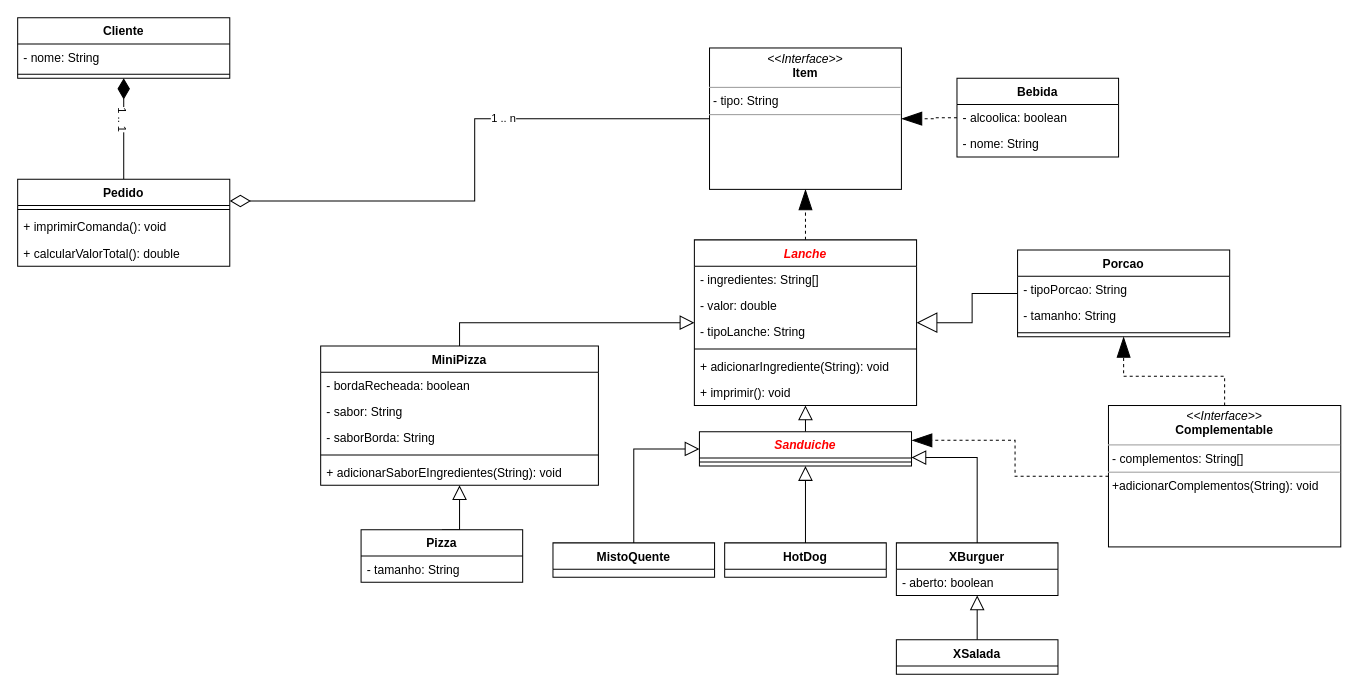
hannaBanannaOF/entra21-git-inicio keeps this draw.io diagram as page "Lanches" (1 of 5) of diagramas.drawio. Above is the earlier version. Source tidied: cells renumbered, new cells numbered last; positions are measured from the earlier drawing's top-left corner, leaving out a move shared by most shapes. Both pictures are drawn from the tidied source at 101%, with x=0, y=0 at pixel (17, 17).
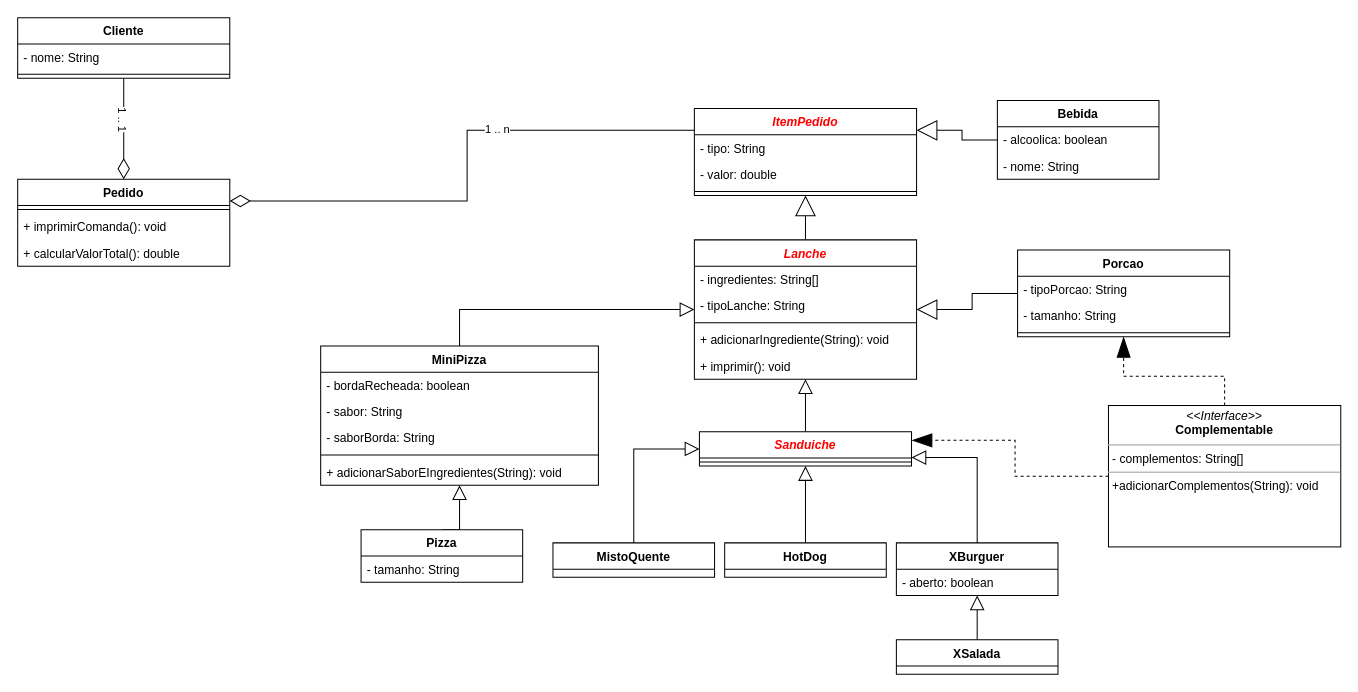
The same page after the edit.

The change refers to these unchanged cells:
```xml
<mxCell id="22" value="Pedido" style="swimlane;fontStyle=1;align=center;verticalAlign=top;horizontal=1;startSize=26;" parent="1" vertex="1">
  <mxGeometry y="160" width="210" height="86" as="geometry" />
</mxCell>
<mxCell id="26" value="Cliente" style="swimlane;fontStyle=1;align=center;verticalAlign=top;horizontal=1;startSize=26;" parent="1" vertex="1">
  <mxGeometry width="210" height="60" as="geometry" />
</mxCell>
```

Change to the diagram source:
```diff
@@
-    <mxCell id="2" style="edgeStyle=orthogonalEdgeStyle;rounded=0;jettySize=auto;html=1;exitX=0.5;exitY=0;exitDx=0;exitDy=0;entryX=0.5;entryY=1;entryDx=0;entryDy=0;endArrow=blockThin;endFill=1;endSize=18;dashed=1;" parent="1" edge="1" source="3" target="47">
+    <mxCell id="2" style="edgeStyle=orthogonalEdgeStyle;rounded=0;jettySize=auto;html=1;exitX=0.5;exitY=0;exitDx=0;exitDy=0;entryX=0.5;entryY=1;entryDx=0;entryDy=0;endArrow=block;endFill=0;endSize=18;" parent="1" edge="1" source="3" target="56">
       <mxGeometry relative="1" as="geometry" />
     </mxCell>
     <mxCell id="3" value="Lanche" style="swimlane;fontStyle=3;align=center;verticalAlign=top;horizontal=1;startSize=26;fontColor=#FF0000;" parent="1" vertex="1">
-      <mxGeometry x="670" y="220" width="220" height="164" as="geometry" />
+      <mxGeometry x="670" y="220" width="220" height="138" as="geometry" />
     </mxCell>
@@
-    <mxCell id="5" value="- valor: double" style="text;strokeColor=none;fillColor=none;align=left;verticalAlign=top;spacingLeft=4;spacingRight=4;overflow=hidden;" parent="3" vertex="1">
-      <mxGeometry y="52" width="220" height="26" as="geometry" />
-    </mxCell>
     <mxCell id="6" value="- tipoLanche: String" style="text;strokeColor=none;fillColor=none;align=left;verticalAlign=top;spacingLeft=4;spacingRight=4;overflow=hidden;" parent="3" vertex="1">
-      <mxGeometry y="78" width="220" height="26" as="geometry" />
+      <mxGeometry y="52" width="220" height="26" as="geometry" />
     </mxCell>
     <mxCell id="7" style="line;strokeWidth=1;fillColor=none;align=left;verticalAlign=middle;spacingTop=-1;spacingLeft=3;spacingRight=3;labelPosition=right;" parent="3" vertex="1">
-      <mxGeometry y="104" width="220" height="8" as="geometry" />
+      <mxGeometry y="78" width="220" height="8" as="geometry" />
     </mxCell>
     <mxCell id="8" value="+ adicionarIngrediente(String): void&#10;" style="text;strokeColor=none;fillColor=none;align=left;verticalAlign=top;spacingLeft=4;spacingRight=4;overflow=hidden;" parent="3" vertex="1">
-      <mxGeometry y="112" width="220" height="26" as="geometry" />
+      <mxGeometry y="86" width="220" height="26" as="geometry" />
     </mxCell>
     <mxCell id="9" value="+ imprimir(): void" style="text;strokeColor=none;fillColor=none;align=left;verticalAlign=top;spacingLeft=4;spacingRight=4;overflow=hidden;" parent="3" vertex="1">
-      <mxGeometry y="138" width="220" height="26" as="geometry" />
+      <mxGeometry y="112" width="220" height="26" as="geometry" />
     </mxCell>
@@
-    <mxCell id="18" style="edgeStyle=orthogonalEdgeStyle;rounded=0;jettySize=auto;html=1;exitX=0.5;exitY=0;exitDx=0;exitDy=0;entryX=0.5;entryY=1;entryDx=0;entryDy=0;endArrow=diamondThin;endFill=1;endSize=18;startArrow=none;startFill=0;startSize=18;" parent="1" edge="1" source="22" target="26">
+    <mxCell id="18" style="edgeStyle=orthogonalEdgeStyle;rounded=0;jettySize=auto;html=1;exitX=0.5;exitY=0;exitDx=0;exitDy=0;entryX=0.5;entryY=1;entryDx=0;entryDy=0;endArrow=none;endFill=0;endSize=18;startArrow=diamondThin;startFill=0;startSize=18;" parent="1" edge="1" source="22" target="26">
       <mxGeometry relative="1" as="geometry" />
     </mxCell>
@@
-    <mxCell id="20" style="edgeStyle=orthogonalEdgeStyle;rounded=0;jettySize=auto;html=1;exitX=1;exitY=0.25;exitDx=0;exitDy=0;entryX=0;entryY=0.5;entryDx=0;entryDy=0;endArrow=none;endFill=0;endSize=18;startArrow=diamondThin;startFill=0;startSize=18;" parent="1" edge="1" source="22" target="47">
+    <mxCell id="20" style="edgeStyle=orthogonalEdgeStyle;rounded=0;jettySize=auto;html=1;exitX=1;exitY=0.25;exitDx=0;exitDy=0;entryX=0;entryY=0.25;entryDx=0;entryDy=0;endArrow=none;endFill=0;endSize=18;startArrow=diamondThin;startFill=0;startSize=18;" parent="1" edge="1" source="22" target="56">
       <mxGeometry relative="1" as="geometry" />
     </mxCell>
@@
-    <mxCell id="43" style="edgeStyle=orthogonalEdgeStyle;rounded=0;jettySize=auto;html=1;exitX=0;exitY=0.5;exitDx=0;exitDy=0;entryX=1;entryY=0.5;entryDx=0;entryDy=0;endArrow=blockThin;endFill=1;endSize=18;dashed=1;" parent="1" edge="1" source="44" target="47">
+    <mxCell id="43" style="edgeStyle=orthogonalEdgeStyle;rounded=0;jettySize=auto;html=1;exitX=0;exitY=0.5;exitDx=0;exitDy=0;entryX=1;entryY=0.25;entryDx=0;entryDy=0;endArrow=block;endFill=0;endSize=18;" parent="1" edge="1" source="44" target="56">
       <mxGeometry relative="1" as="geometry" />
     </mxCell>
     <mxCell id="44" value="Bebida" style="swimlane;fontStyle=1;align=center;verticalAlign=top;horizontal=1;startSize=26;" parent="1" vertex="1">
-      <mxGeometry x="930" y="60" width="160" height="78" as="geometry" />
+      <mxGeometry x="970" y="82" width="160" height="78" as="geometry" />
     </mxCell>
@@
-    <mxCell id="47" value="&lt;p style=&quot;margin:0px;margin-top:4px;text-align:center;&quot;&gt;&lt;i&gt;&amp;lt;&amp;lt;Interface&amp;gt;&amp;gt;&lt;/i&gt;&lt;br&gt;&lt;b&gt;Item&lt;/b&gt;&lt;/p&gt;&lt;hr size=&quot;1&quot;&gt;&lt;p style=&quot;margin:0px;margin-left:4px;&quot;&gt;- tipo: String&lt;br&gt;&lt;/p&gt;&lt;hr size=&quot;1&quot;&gt;&lt;p style=&quot;margin:0px;margin-left:4px;&quot;&gt;&lt;br&gt;&lt;/p&gt;" style="verticalAlign=top;align=left;overflow=fill;fontSize=12;fontFamily=Helvetica;html=1;" parent="1" vertex="1">
-      <mxGeometry x="685" y="30" width="190" height="140" as="geometry" />
-    </mxCell>
@@
+    <mxCell id="56" value="ItemPedido" style="swimlane;fontStyle=3;align=center;verticalAlign=top;horizontal=1;startSize=26;fontColor=#FF0000;" parent="1" vertex="1">
+      <mxGeometry x="670" y="90" width="220" height="86" as="geometry" />
+    </mxCell>
+    <mxCell id="57" value="- tipo: String" style="text;strokeColor=none;fillColor=none;align=left;verticalAlign=top;spacingLeft=4;spacingRight=4;overflow=hidden;" parent="56" vertex="1">
+      <mxGeometry y="26" width="220" height="26" as="geometry" />
+    </mxCell>
+    <mxCell id="5" value="- valor: double" style="text;strokeColor=none;fillColor=none;align=left;verticalAlign=top;spacingLeft=4;spacingRight=4;overflow=hidden;" parent="56" vertex="1">
+      <mxGeometry y="52" width="220" height="26" as="geometry" />
+    </mxCell>
+    <mxCell id="58" style="line;strokeWidth=1;fillColor=none;align=left;verticalAlign=middle;spacingTop=-1;spacingLeft=3;spacingRight=3;labelPosition=right;" parent="56" vertex="1">
+      <mxGeometry y="78" width="220" height="8" as="geometry" />
+    </mxCell>
```
